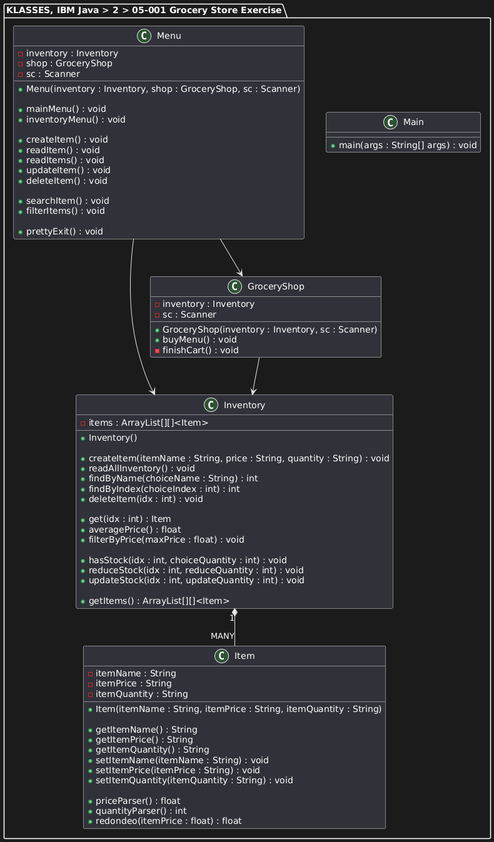
This is exercise/05-001_klasses_all.png from alexandrglm/IBM_Java_Certification_EXERCISE_02-05-001, a PlantUML export, as it was before one commit.
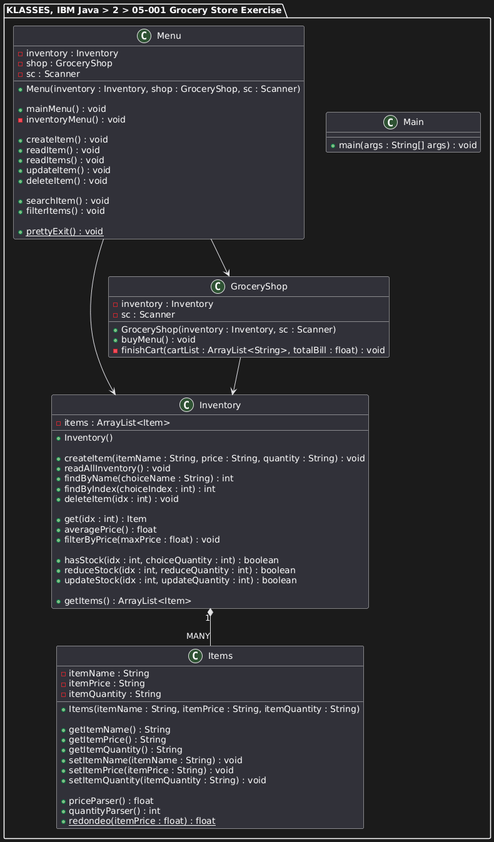
Later version of the same file.

Commit message:
Fix class diagram

Diff of the diagram source:
```diff
@@ -1,13 +1,13 @@
 @startuml
 package "KLASSES, IBM Java > 2 > 05-001 Grocery Store Exercise" {
 
-    class Item {
+    class Items {
 
         - itemName : String
         - itemPrice : String
         - itemQuantity : String
 
-        + Item(itemName : String, itemPrice : String, itemQuantity : String)
+        + Items(itemName : String, itemPrice : String, itemQuantity : String)
 
         + getItemName() : String
         + getItemPrice() : String
@@ -18,12 +18,12 @@
 
         + priceParser() : float
         + quantityParser() : int
-        + redondeo(itemPrice : float) : float
+        + {static} redondeo(itemPrice : float) : float
     }
 
     class Inventory {
 
-        - items : ArrayList[][]<Item>
+        - items : ArrayList<Item>
 
         + Inventory()
 
@@ -37,11 +37,11 @@
         + averagePrice() : float
         + filterByPrice(maxPrice : float) : void
 
-        + hasStock(idx : int, choiceQuantity : int) : void
-        + reduceStock(idx : int, reduceQuantity : int) : void
-        + updateStock(idx : int, updateQuantity : int) : void
+        + hasStock(idx : int, choiceQuantity : int) : boolean
+        + reduceStock(idx : int, reduceQuantity : int) : boolean
+        + updateStock(idx : int, updateQuantity : int) : boolean
 
-        + getItems() : ArrayList[][]<Item>
+        + getItems() : ArrayList<Item>
     }
 
     class GroceryShop {
@@ -51,7 +51,7 @@
 
         + GroceryShop(inventory : Inventory, sc : Scanner)
         + buyMenu() : void
-        - finishCart() : void
+        - finishCart(cartList : ArrayList<String>, totalBill : float) : void
     }
 
     class Menu {
@@ -63,7 +63,7 @@
         + Menu(inventory : Inventory, shop : GroceryShop, sc : Scanner)
 
         + mainMenu() : void
-        + inventoryMenu() : void
+        - inventoryMenu() : void
 
         + createItem() : void
         + readItem() : void
@@ -74,7 +74,7 @@
         + searchItem() : void
         + filterItems() : void
 
-        + prettyExit() : void
+        + {static} prettyExit() : void
     }
 
 
@@ -84,7 +84,7 @@
 
     }
 
-    Inventory "1" *-- "MANY" Item
+    Inventory "1" *-- "MANY" Items
     GroceryShop --> Inventory
     Menu --> Inventory
     Menu --> GroceryShop
```
